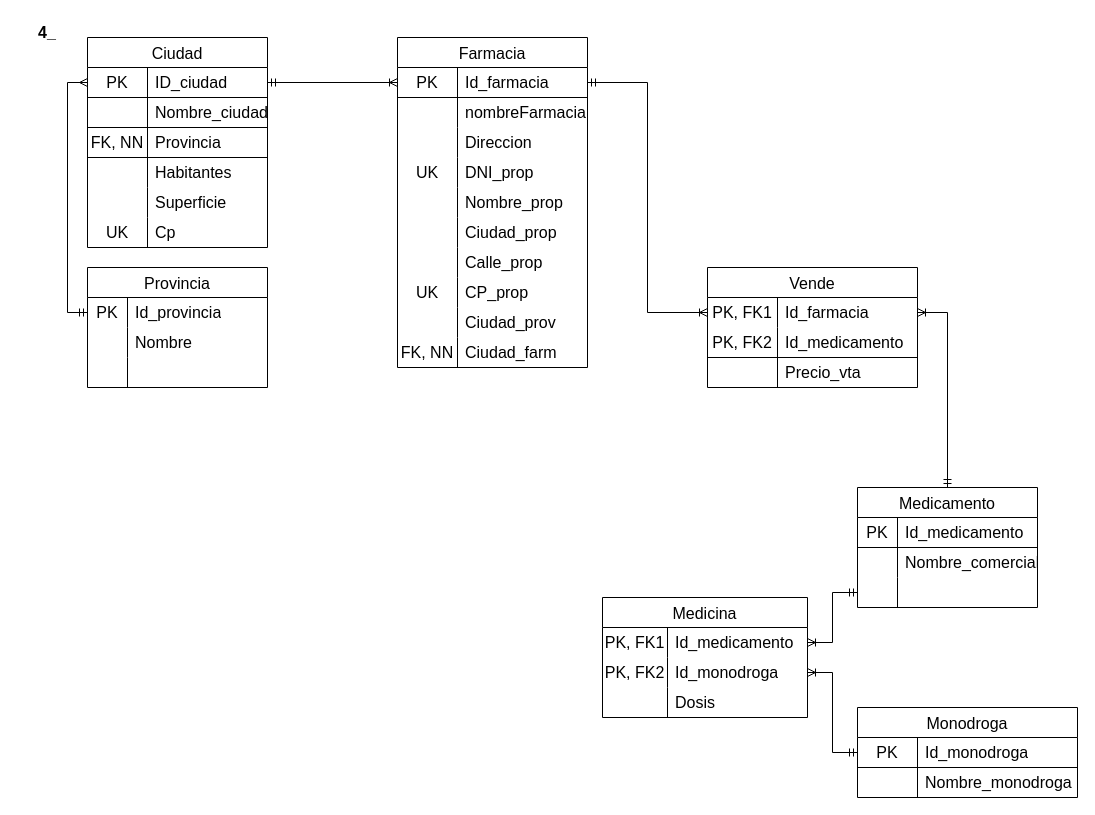
This is page "Página-3" (3 of 3) of GuiaEjerc3.drawio from JuanPaBV/DyABasesDatos, a draw.io file, before an edit. Source tidied: cells renumbered, new cells numbered last; positions are measured from the earlier drawing's top-left corner, leaving out a move shared by most shapes. Both pictures are drawn from the tidied source at 100%, with x=0, y=0 at pixel (17, 17).
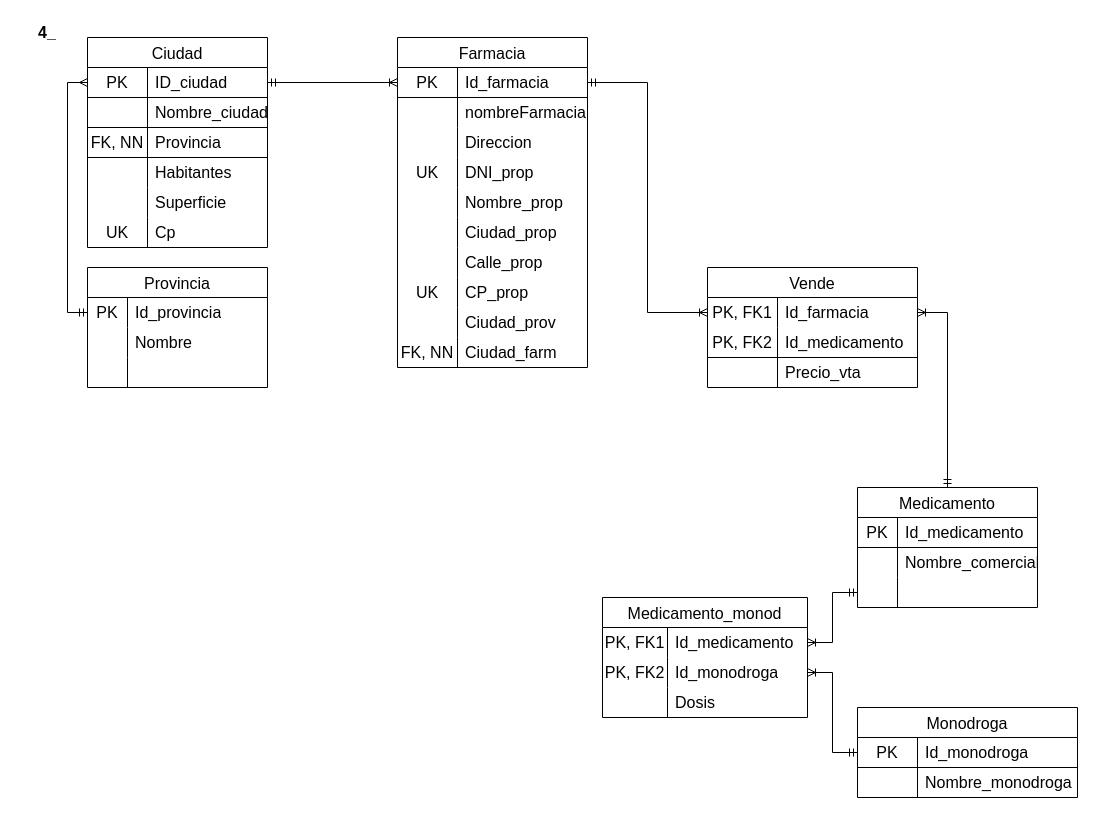
Above is the later version.

Diff of the diagram source:
```diff
@@
-    <mxCell id="84" value="Medicina" style="shape=table;startSize=30;childLayout=tableLayout;rowLines=0;fontStyle=0;strokeColor=default;fontSize=16;" parent="1" vertex="1">
+    <mxCell id="84" value="Medicamento_monod" style="shape=table;startSize=30;childLayout=tableLayout;rowLines=0;fontStyle=0;strokeColor=default;fontSize=16;" parent="1" vertex="1">
       <mxGeometry x="585" y="580" width="205" height="120" as="geometry" />
     </mxCell>
```
